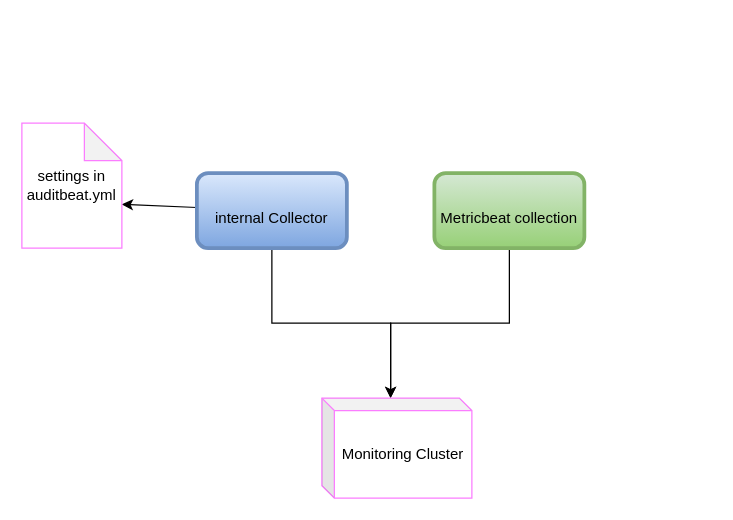
Above: page "self - monitor" (5 of 6) of My Articles/elastic stack/Audit Beat Understanding.drawio in paramothers/books (draw.io), before the change. Source tidied: cells renumbered, new cells numbered last; positions are measured from the earlier drawing's top-left corner, leaving out a move shared by most shapes. Both pictures are drawn from the tidied source at 125%, with x=0, y=0 at pixel (21, 122).
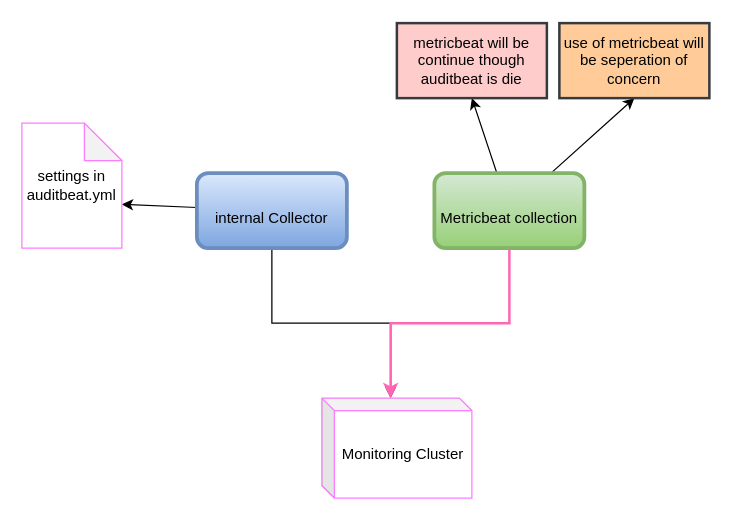
After the change.

Diff of the diagram source:
```diff
@@
 <mxGraphModel>
   <root>
     <mxCell id="0" />
     <mxCell id="1" parent="0" />
     <mxCell id="2" style="edgeStyle=orthogonalEdgeStyle;rounded=0;jettySize=auto;html=1;entryX=0;entryY=0;entryDx=55;entryDy=0;entryPerimeter=0;fontSize=12;" parent="1" edge="1" source="4" target="7">
       <mxGeometry relative="1" as="geometry" />
     </mxCell>
     <mxCell id="3" style="rounded=0;jettySize=auto;html=1;entryX=0;entryY=0;entryDx=80;entryDy=65;entryPerimeter=0;fontSize=12;" parent="1" edge="1" source="4" target="8">
       <mxGeometry relative="1" as="geometry" />
     </mxCell>
     <mxCell id="4" value="&lt;font style=&quot;font-size: 12px ; line-height: 100%&quot;&gt;internal Collector&lt;/font&gt;" style="rounded=1;whiteSpace=wrap;html=1;strokeColor=#6c8ebf;strokeWidth=3;fontSize=25;gradientColor=#7ea6e0;fillColor=#dae8fc;" parent="1" vertex="1">
       <mxGeometry x="140" y="40" width="120" height="60" as="geometry" />
     </mxCell>
-    <mxCell id="5" style="edgeStyle=orthogonalEdgeStyle;rounded=0;jettySize=auto;html=1;entryX=0;entryY=0;entryDx=55;entryDy=0;entryPerimeter=0;fontSize=12;" parent="1" edge="1" source="6" target="7">
+    <mxCell id="5" style="edgeStyle=orthogonalEdgeStyle;rounded=0;jettySize=auto;html=1;entryX=0;entryY=0;entryDx=55;entryDy=0;entryPerimeter=0;fontSize=12;strokeWidth=2;strokeColor=#FF66B3;" parent="1" edge="1" source="6" target="7">
       <mxGeometry relative="1" as="geometry" />
     </mxCell>
+    <mxCell id="9" style="edgeStyle=none;rounded=0;jettySize=auto;html=1;entryX=0.5;entryY=1;entryDx=0;entryDy=0;fontSize=12;" parent="1" edge="1" source="6" target="11">
+      <mxGeometry relative="1" as="geometry" />
+    </mxCell>
+    <mxCell id="10" style="edgeStyle=none;rounded=0;jettySize=auto;html=1;entryX=0.5;entryY=1;entryDx=0;entryDy=0;fontSize=12;" parent="1" edge="1" source="6" target="12">
+      <mxGeometry relative="1" as="geometry" />
+    </mxCell>
     <mxCell id="6" value="&lt;font style=&quot;font-size: 12px ; line-height: 100%&quot;&gt;Metricbeat collection&lt;/font&gt;" style="rounded=1;whiteSpace=wrap;html=1;strokeColor=#82b366;strokeWidth=3;fontSize=25;gradientColor=#97d077;fillColor=#d5e8d4;" parent="1" vertex="1">
       <mxGeometry x="330" y="40" width="120" height="60" as="geometry" />
     </mxCell>
     <mxCell id="7" value="Monitoring Cluster" style="shape=cube;whiteSpace=wrap;html=1;boundedLbl=1;backgroundOutline=1;darkOpacity=0.05;darkOpacity2=0.1;strokeColor=#FB7DFF;strokeWidth=1;fontSize=12;size=10;" parent="1" vertex="1">
       <mxGeometry x="240" y="220" width="120" height="80" as="geometry" />
     </mxCell>
     <mxCell id="8" value="settings in auditbeat.yml" style="shape=note;whiteSpace=wrap;html=1;backgroundOutline=1;darkOpacity=0.05;strokeColor=#FB7DFF;strokeWidth=1;fontSize=12;" parent="1" vertex="1">
       <mxGeometry width="80" height="100" as="geometry" />
     </mxCell>
+    <mxCell id="11" value="metricbeat will be continue though auditbeat is die" style="text;html=1;fillColor=#ffcccc;align=center;verticalAlign=middle;whiteSpace=wrap;rounded=0;fontSize=12;strokeColor=#36393d;strokeWidth=2;" parent="1" vertex="1">
+      <mxGeometry x="300" y="-80" width="120" height="60" as="geometry" />
+    </mxCell>
+    <mxCell id="12" value="use of metricbeat will be seperation of concern" style="text;html=1;fillColor=#ffcc99;align=center;verticalAlign=middle;whiteSpace=wrap;rounded=0;fontSize=12;strokeColor=#36393d;strokeWidth=2;" parent="1" vertex="1">
+      <mxGeometry x="430" y="-80" width="120" height="60" as="geometry" />
+    </mxCell>
   </root>
 </mxGraphModel>
```
